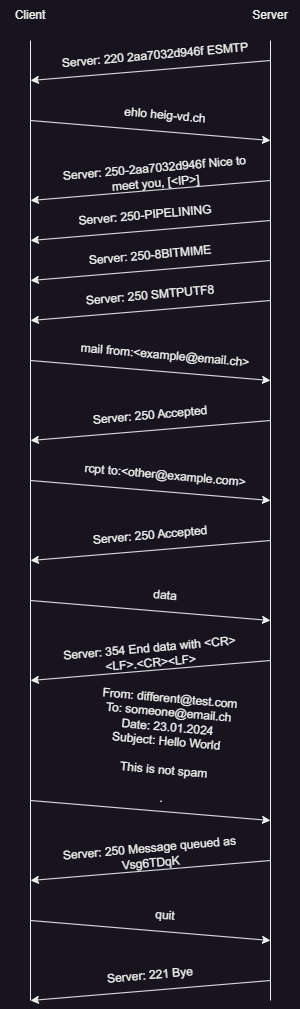
Earlier version of the draw.io export figures/BasicDialog.png (Calum-Quinn/dai-lab-smtp). Source tidied: cells renumbered, new cells last; positions are measured from the earlier drawing's top-left corner, leaving out a move shared by most shapes. Its diagram source:
```xml
<mxGraphModel>
  <root>
    <mxCell id="0" />
    <mxCell id="1" parent="0" />
    <mxCell id="2" style="endArrow=none;html=1;rounded=0;" parent="1" edge="1">
      <mxGeometry relative="1" as="geometry">
        <mxPoint x="30" y="1000" as="sourcePoint" />
        <mxPoint x="30" y="40" as="targetPoint" />
      </mxGeometry>
    </mxCell>
    <mxCell id="3" style="endArrow=none;html=1;rounded=0;" parent="1" edge="1">
      <mxGeometry relative="1" as="geometry">
        <mxPoint x="270" y="1000" as="sourcePoint" />
        <mxPoint x="270" y="40" as="targetPoint" />
      </mxGeometry>
    </mxCell>
    <mxCell id="4" value="Client" style="text;html=1;strokeColor=none;fillColor=none;align=center;verticalAlign=middle;whiteSpace=wrap;rounded=0;" parent="1" vertex="1">
      <mxGeometry width="60" height="30" as="geometry" />
    </mxCell>
    <mxCell id="5" value="Server" style="text;html=1;strokeColor=none;fillColor=none;align=center;verticalAlign=middle;whiteSpace=wrap;rounded=0;" parent="1" vertex="1">
      <mxGeometry x="240" width="60" height="30" as="geometry" />
    </mxCell>
    <mxCell id="6" style="endArrow=classic;html=1;rounded=0;" parent="1" edge="1">
      <mxGeometry relative="1" as="geometry">
        <mxPoint x="270" y="60" as="sourcePoint" />
        <mxPoint x="30" y="80" as="targetPoint" />
      </mxGeometry>
    </mxCell>
    <mxCell id="7" value="Server: 220&amp;nbsp;2aa7032d946f ESMTP" style="text;html=1;strokeColor=none;fillColor=none;align=center;verticalAlign=middle;whiteSpace=wrap;rounded=0;rotation=355;" parent="1" vertex="1">
      <mxGeometry x="60" y="40" width="190" height="30" as="geometry" />
    </mxCell>
    <mxCell id="8" value="ehlo heig-vd.ch" style="text;html=1;strokeColor=none;fillColor=none;align=center;verticalAlign=middle;whiteSpace=wrap;rounded=0;rotation=5;" parent="1" vertex="1">
      <mxGeometry x="70" y="100" width="190" height="30" as="geometry" />
    </mxCell>
    <mxCell id="9" style="endArrow=classic;html=1;rounded=0;" parent="1" edge="1">
      <mxGeometry relative="1" as="geometry">
        <mxPoint x="30" y="120" as="sourcePoint" />
        <mxPoint x="270" y="140" as="targetPoint" />
      </mxGeometry>
    </mxCell>
    <mxCell id="10" style="endArrow=classic;html=1;rounded=0;" parent="1" edge="1">
      <mxGeometry relative="1" as="geometry">
        <mxPoint x="270" y="180" as="sourcePoint" />
        <mxPoint x="30" y="200" as="targetPoint" />
      </mxGeometry>
    </mxCell>
    <mxCell id="11" value="Server: 250-PIPELINING" style="text;html=1;strokeColor=none;fillColor=none;align=center;verticalAlign=middle;whiteSpace=wrap;rounded=0;rotation=355;" parent="1" vertex="1">
      <mxGeometry x="50" y="200" width="190" height="30" as="geometry" />
    </mxCell>
    <mxCell id="12" style="endArrow=classic;html=1;rounded=0;" parent="1" edge="1">
      <mxGeometry relative="1" as="geometry">
        <mxPoint x="270" y="220" as="sourcePoint" />
        <mxPoint x="30" y="240" as="targetPoint" />
      </mxGeometry>
    </mxCell>
    <mxCell id="13" value="Server: 250-2aa7032d946f Nice to meet you, [&amp;lt;IP&amp;gt;]" style="text;html=1;strokeColor=none;fillColor=none;align=center;verticalAlign=middle;whiteSpace=wrap;rounded=0;rotation=355;" parent="1" vertex="1">
      <mxGeometry x="60" y="160" width="190" height="30" as="geometry" />
    </mxCell>
    <mxCell id="14" value="Server: 250-8BITMIME" style="text;html=1;strokeColor=none;fillColor=none;align=center;verticalAlign=middle;whiteSpace=wrap;rounded=0;rotation=355;" parent="1" vertex="1">
      <mxGeometry x="55" y="240" width="190" height="30" as="geometry" />
    </mxCell>
    <mxCell id="15" style="endArrow=classic;html=1;rounded=0;" parent="1" edge="1">
      <mxGeometry relative="1" as="geometry">
        <mxPoint x="270" y="260" as="sourcePoint" />
        <mxPoint x="30" y="280" as="targetPoint" />
      </mxGeometry>
    </mxCell>
    <mxCell id="16" value="Server: 250 SMTPUTF8" style="text;html=1;strokeColor=none;fillColor=none;align=center;verticalAlign=middle;whiteSpace=wrap;rounded=0;rotation=355;" parent="1" vertex="1">
      <mxGeometry x="55" y="280" width="190" height="30" as="geometry" />
    </mxCell>
    <mxCell id="17" style="endArrow=classic;html=1;rounded=0;" parent="1" edge="1">
      <mxGeometry relative="1" as="geometry">
        <mxPoint x="270" y="300" as="sourcePoint" />
        <mxPoint x="30" y="320" as="targetPoint" />
      </mxGeometry>
    </mxCell>
    <mxCell id="18" value="mail from:&amp;lt;example@email.ch&amp;gt;" style="text;html=1;strokeColor=none;fillColor=none;align=center;verticalAlign=middle;whiteSpace=wrap;rounded=0;rotation=5;" parent="1" vertex="1">
      <mxGeometry x="70" y="340" width="190" height="30" as="geometry" />
    </mxCell>
    <mxCell id="19" style="endArrow=classic;html=1;rounded=0;" parent="1" edge="1">
      <mxGeometry relative="1" as="geometry">
        <mxPoint x="30" y="360" as="sourcePoint" />
        <mxPoint x="270" y="380" as="targetPoint" />
      </mxGeometry>
    </mxCell>
    <mxCell id="20" value="Server: 250 Accepted" style="text;html=1;strokeColor=none;fillColor=none;align=center;verticalAlign=middle;whiteSpace=wrap;rounded=0;rotation=355;" parent="1" vertex="1">
      <mxGeometry x="55" y="400" width="190" height="30" as="geometry" />
    </mxCell>
    <mxCell id="21" style="endArrow=classic;html=1;rounded=0;" parent="1" edge="1">
      <mxGeometry relative="1" as="geometry">
        <mxPoint x="270" y="420" as="sourcePoint" />
        <mxPoint x="30" y="440" as="targetPoint" />
      </mxGeometry>
    </mxCell>
    <mxCell id="22" value="rcpt to:&amp;lt;other@example.com&amp;gt;" style="text;html=1;strokeColor=none;fillColor=none;align=center;verticalAlign=middle;whiteSpace=wrap;rounded=0;rotation=5;" parent="1" vertex="1">
      <mxGeometry x="70" y="460" width="190" height="30" as="geometry" />
    </mxCell>
    <mxCell id="23" style="endArrow=classic;html=1;rounded=0;" parent="1" edge="1">
      <mxGeometry relative="1" as="geometry">
        <mxPoint x="30" y="480" as="sourcePoint" />
        <mxPoint x="270" y="500" as="targetPoint" />
      </mxGeometry>
    </mxCell>
    <mxCell id="24" value="Server: 250 Accepted" style="text;html=1;strokeColor=none;fillColor=none;align=center;verticalAlign=middle;whiteSpace=wrap;rounded=0;rotation=355;" parent="1" vertex="1">
      <mxGeometry x="55" y="520" width="190" height="30" as="geometry" />
    </mxCell>
    <mxCell id="25" style="endArrow=classic;html=1;rounded=0;" parent="1" edge="1">
      <mxGeometry relative="1" as="geometry">
        <mxPoint x="270" y="540" as="sourcePoint" />
        <mxPoint x="30" y="560" as="targetPoint" />
      </mxGeometry>
    </mxCell>
    <mxCell id="26" value="data" style="text;html=1;strokeColor=none;fillColor=none;align=center;verticalAlign=middle;whiteSpace=wrap;rounded=0;rotation=5;" parent="1" vertex="1">
      <mxGeometry x="70" y="580" width="190" height="30" as="geometry" />
    </mxCell>
    <mxCell id="27" style="endArrow=classic;html=1;rounded=0;" parent="1" edge="1">
      <mxGeometry relative="1" as="geometry">
        <mxPoint x="30" y="600" as="sourcePoint" />
        <mxPoint x="270" y="620" as="targetPoint" />
      </mxGeometry>
    </mxCell>
    <mxCell id="28" value="Server: 354 End data with &amp;lt;CR&amp;gt;&amp;lt;LF&amp;gt;.&amp;lt;CR&amp;gt;&amp;lt;LF&amp;gt;" style="text;html=1;strokeColor=none;fillColor=none;align=center;verticalAlign=middle;whiteSpace=wrap;rounded=0;rotation=355;" parent="1" vertex="1">
      <mxGeometry x="55" y="640" width="190" height="30" as="geometry" />
    </mxCell>
    <mxCell id="29" style="endArrow=classic;html=1;rounded=0;" parent="1" edge="1">
      <mxGeometry relative="1" as="geometry">
        <mxPoint x="270" y="660" as="sourcePoint" />
        <mxPoint x="30" y="680" as="targetPoint" />
      </mxGeometry>
    </mxCell>
    <mxCell id="30" value="&lt;div&gt;From: different@test.com&lt;/div&gt;&lt;div&gt;To: someone@email.ch&lt;/div&gt;&lt;div&gt;Date: 23.01.2024&lt;/div&gt;&lt;div&gt;Subject: Hello World&lt;/div&gt;&lt;div&gt;&lt;br&gt;&lt;/div&gt;&lt;div&gt;This is not spam&lt;/div&gt;&lt;div&gt;&lt;br&gt;&lt;/div&gt;&lt;div&gt;.&lt;/div&gt;&lt;div&gt;&lt;br&gt;&lt;/div&gt;" style="text;html=1;strokeColor=none;fillColor=none;align=center;verticalAlign=middle;whiteSpace=wrap;rounded=0;rotation=5;" parent="1" vertex="1">
      <mxGeometry x="70" y="740" width="190" height="30" as="geometry" />
    </mxCell>
    <mxCell id="31" style="endArrow=classic;html=1;rounded=0;" parent="1" edge="1">
      <mxGeometry relative="1" as="geometry">
        <mxPoint x="30" y="800" as="sourcePoint" />
        <mxPoint x="270" y="820" as="targetPoint" />
      </mxGeometry>
    </mxCell>
    <mxCell id="32" value="Server: 250 Message queued as Vsg6TDqK" style="text;html=1;strokeColor=none;fillColor=none;align=center;verticalAlign=middle;whiteSpace=wrap;rounded=0;rotation=355;" parent="1" vertex="1">
      <mxGeometry x="55" y="840" width="190" height="30" as="geometry" />
    </mxCell>
    <mxCell id="33" style="endArrow=classic;html=1;rounded=0;" parent="1" edge="1">
      <mxGeometry relative="1" as="geometry">
        <mxPoint x="270" y="860" as="sourcePoint" />
        <mxPoint x="30" y="880" as="targetPoint" />
      </mxGeometry>
    </mxCell>
    <mxCell id="34" value="quit" style="text;html=1;strokeColor=none;fillColor=none;align=center;verticalAlign=middle;whiteSpace=wrap;rounded=0;rotation=5;" parent="1" vertex="1">
      <mxGeometry x="70" y="900" width="190" height="30" as="geometry" />
    </mxCell>
    <mxCell id="35" style="endArrow=classic;html=1;rounded=0;" parent="1" edge="1">
      <mxGeometry relative="1" as="geometry">
        <mxPoint x="30" y="920" as="sourcePoint" />
        <mxPoint x="270" y="940" as="targetPoint" />
      </mxGeometry>
    </mxCell>
    <mxCell id="36" value="Server: 221 Bye" style="text;html=1;strokeColor=none;fillColor=none;align=center;verticalAlign=middle;whiteSpace=wrap;rounded=0;rotation=355;" parent="1" vertex="1">
      <mxGeometry x="55" y="960" width="190" height="30" as="geometry" />
    </mxCell>
    <mxCell id="37" style="endArrow=classic;html=1;rounded=0;" parent="1" edge="1">
      <mxGeometry relative="1" as="geometry">
        <mxPoint x="270" y="980" as="sourcePoint" />
        <mxPoint x="30" y="1000" as="targetPoint" />
      </mxGeometry>
    </mxCell>
  </root>
</mxGraphModel>
```
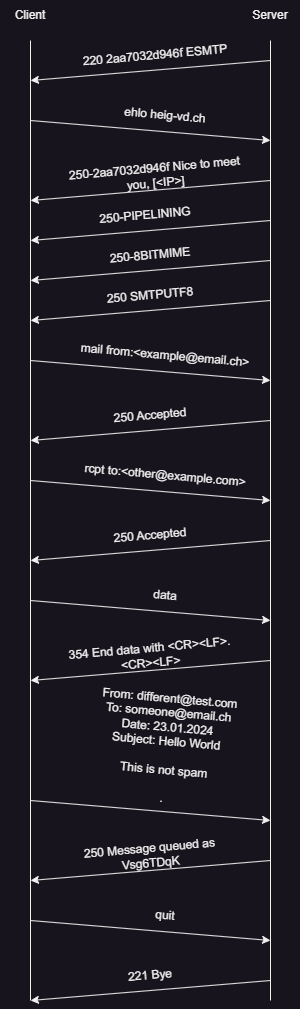
After the change.

Commit message:
Fix bad diagram

The edit, as a diff of the source:
```diff
@@ -26,7 +26,7 @@
         <mxPoint x="30" y="80" as="targetPoint" />
       </mxGeometry>
     </mxCell>
-    <mxCell id="7" value="Server: 220&amp;nbsp;2aa7032d946f ESMTP" style="text;html=1;strokeColor=none;fillColor=none;align=center;verticalAlign=middle;whiteSpace=wrap;rounded=0;rotation=355;" parent="1" vertex="1">
+    <mxCell id="7" value="220&amp;nbsp;2aa7032d946f ESMTP" style="text;html=1;strokeColor=none;fillColor=none;align=center;verticalAlign=middle;whiteSpace=wrap;rounded=0;rotation=355;" parent="1" vertex="1">
       <mxGeometry x="60" y="40" width="190" height="30" as="geometry" />
     </mxCell>
     <mxCell id="8" value="ehlo heig-vd.ch" style="text;html=1;strokeColor=none;fillColor=none;align=center;verticalAlign=middle;whiteSpace=wrap;rounded=0;rotation=5;" parent="1" vertex="1">
@@ -44,7 +44,7 @@
         <mxPoint x="30" y="200" as="targetPoint" />
       </mxGeometry>
     </mxCell>
-    <mxCell id="11" value="Server: 250-PIPELINING" style="text;html=1;strokeColor=none;fillColor=none;align=center;verticalAlign=middle;whiteSpace=wrap;rounded=0;rotation=355;" parent="1" vertex="1">
+    <mxCell id="11" value="250-PIPELINING" style="text;html=1;strokeColor=none;fillColor=none;align=center;verticalAlign=middle;whiteSpace=wrap;rounded=0;rotation=355;" parent="1" vertex="1">
       <mxGeometry x="50" y="200" width="190" height="30" as="geometry" />
     </mxCell>
     <mxCell id="12" style="endArrow=classic;html=1;rounded=0;" parent="1" edge="1">
@@ -53,10 +53,10 @@
         <mxPoint x="30" y="240" as="targetPoint" />
       </mxGeometry>
     </mxCell>
-    <mxCell id="13" value="Server: 250-2aa7032d946f Nice to meet you, [&amp;lt;IP&amp;gt;]" style="text;html=1;strokeColor=none;fillColor=none;align=center;verticalAlign=middle;whiteSpace=wrap;rounded=0;rotation=355;" parent="1" vertex="1">
+    <mxCell id="13" value="250-2aa7032d946f Nice to meet you, [&amp;lt;IP&amp;gt;]" style="text;html=1;strokeColor=none;fillColor=none;align=center;verticalAlign=middle;whiteSpace=wrap;rounded=0;rotation=355;" parent="1" vertex="1">
       <mxGeometry x="60" y="160" width="190" height="30" as="geometry" />
     </mxCell>
-    <mxCell id="14" value="Server: 250-8BITMIME" style="text;html=1;strokeColor=none;fillColor=none;align=center;verticalAlign=middle;whiteSpace=wrap;rounded=0;rotation=355;" parent="1" vertex="1">
+    <mxCell id="14" value="250-8BITMIME" style="text;html=1;strokeColor=none;fillColor=none;align=center;verticalAlign=middle;whiteSpace=wrap;rounded=0;rotation=355;" parent="1" vertex="1">
       <mxGeometry x="55" y="240" width="190" height="30" as="geometry" />
     </mxCell>
     <mxCell id="15" style="endArrow=classic;html=1;rounded=0;" parent="1" edge="1">
@@ -65,7 +65,7 @@
         <mxPoint x="30" y="280" as="targetPoint" />
       </mxGeometry>
     </mxCell>
-    <mxCell id="16" value="Server: 250 SMTPUTF8" style="text;html=1;strokeColor=none;fillColor=none;align=center;verticalAlign=middle;whiteSpace=wrap;rounded=0;rotation=355;" parent="1" vertex="1">
+    <mxCell id="16" value="250 SMTPUTF8" style="text;html=1;strokeColor=none;fillColor=none;align=center;verticalAlign=middle;whiteSpace=wrap;rounded=0;rotation=355;" parent="1" vertex="1">
       <mxGeometry x="55" y="280" width="190" height="30" as="geometry" />
     </mxCell>
     <mxCell id="17" style="endArrow=classic;html=1;rounded=0;" parent="1" edge="1">
@@ -83,7 +83,7 @@
         <mxPoint x="270" y="380" as="targetPoint" />
       </mxGeometry>
     </mxCell>
-    <mxCell id="20" value="Server: 250 Accepted" style="text;html=1;strokeColor=none;fillColor=none;align=center;verticalAlign=middle;whiteSpace=wrap;rounded=0;rotation=355;" parent="1" vertex="1">
+    <mxCell id="20" value="250 Accepted" style="text;html=1;strokeColor=none;fillColor=none;align=center;verticalAlign=middle;whiteSpace=wrap;rounded=0;rotation=355;" parent="1" vertex="1">
       <mxGeometry x="55" y="400" width="190" height="30" as="geometry" />
     </mxCell>
     <mxCell id="21" style="endArrow=classic;html=1;rounded=0;" parent="1" edge="1">
@@ -101,7 +101,7 @@
         <mxPoint x="270" y="500" as="targetPoint" />
       </mxGeometry>
     </mxCell>
-    <mxCell id="24" value="Server: 250 Accepted" style="text;html=1;strokeColor=none;fillColor=none;align=center;verticalAlign=middle;whiteSpace=wrap;rounded=0;rotation=355;" parent="1" vertex="1">
+    <mxCell id="24" value="250 Accepted" style="text;html=1;strokeColor=none;fillColor=none;align=center;verticalAlign=middle;whiteSpace=wrap;rounded=0;rotation=355;" parent="1" vertex="1">
       <mxGeometry x="55" y="520" width="190" height="30" as="geometry" />
     </mxCell>
     <mxCell id="25" style="endArrow=classic;html=1;rounded=0;" parent="1" edge="1">
@@ -119,7 +119,7 @@
         <mxPoint x="270" y="620" as="targetPoint" />
       </mxGeometry>
     </mxCell>
-    <mxCell id="28" value="Server: 354 End data with &amp;lt;CR&amp;gt;&amp;lt;LF&amp;gt;.&amp;lt;CR&amp;gt;&amp;lt;LF&amp;gt;" style="text;html=1;strokeColor=none;fillColor=none;align=center;verticalAlign=middle;whiteSpace=wrap;rounded=0;rotation=355;" parent="1" vertex="1">
+    <mxCell id="28" value="354 End data with &amp;lt;CR&amp;gt;&amp;lt;LF&amp;gt;.&amp;lt;CR&amp;gt;&amp;lt;LF&amp;gt;" style="text;html=1;strokeColor=none;fillColor=none;align=center;verticalAlign=middle;whiteSpace=wrap;rounded=0;rotation=355;" parent="1" vertex="1">
       <mxGeometry x="55" y="640" width="190" height="30" as="geometry" />
     </mxCell>
     <mxCell id="29" style="endArrow=classic;html=1;rounded=0;" parent="1" edge="1">
@@ -137,7 +137,7 @@
         <mxPoint x="270" y="820" as="targetPoint" />
       </mxGeometry>
     </mxCell>
-    <mxCell id="32" value="Server: 250 Message queued as Vsg6TDqK" style="text;html=1;strokeColor=none;fillColor=none;align=center;verticalAlign=middle;whiteSpace=wrap;rounded=0;rotation=355;" parent="1" vertex="1">
+    <mxCell id="32" value="250 Message queued as Vsg6TDqK" style="text;html=1;strokeColor=none;fillColor=none;align=center;verticalAlign=middle;whiteSpace=wrap;rounded=0;rotation=355;" parent="1" vertex="1">
       <mxGeometry x="55" y="840" width="190" height="30" as="geometry" />
     </mxCell>
     <mxCell id="33" style="endArrow=classic;html=1;rounded=0;" parent="1" edge="1">
@@ -155,7 +155,7 @@
         <mxPoint x="270" y="940" as="targetPoint" />
       </mxGeometry>
     </mxCell>
-    <mxCell id="36" value="Server: 221 Bye" style="text;html=1;strokeColor=none;fillColor=none;align=center;verticalAlign=middle;whiteSpace=wrap;rounded=0;rotation=355;" parent="1" vertex="1">
+    <mxCell id="36" value="221 Bye" style="text;html=1;strokeColor=none;fillColor=none;align=center;verticalAlign=middle;whiteSpace=wrap;rounded=0;rotation=355;" parent="1" vertex="1">
       <mxGeometry x="55" y="960" width="190" height="30" as="geometry" />
     </mxCell>
     <mxCell id="37" style="endArrow=classic;html=1;rounded=0;" parent="1" edge="1">
```
